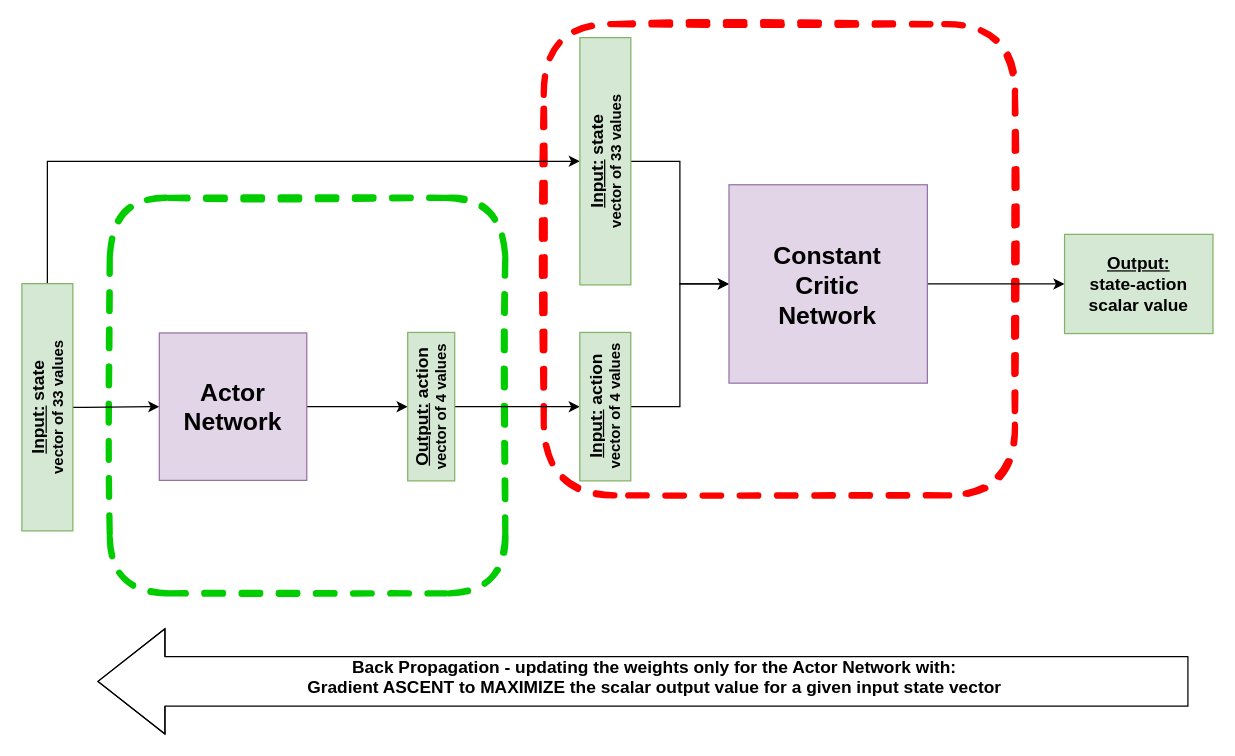
The draw.io diagram training_Actor.drawio in drormeir/ReacherRL, before the edit. Source tidied: cells renumbered, new cells numbered last; positions are measured from the earlier drawing's top-left corner, leaving out a move shared by most shapes. Both pictures are drawn from the tidied source at 124%, with x=0, y=0 at pixel (-77, 24).
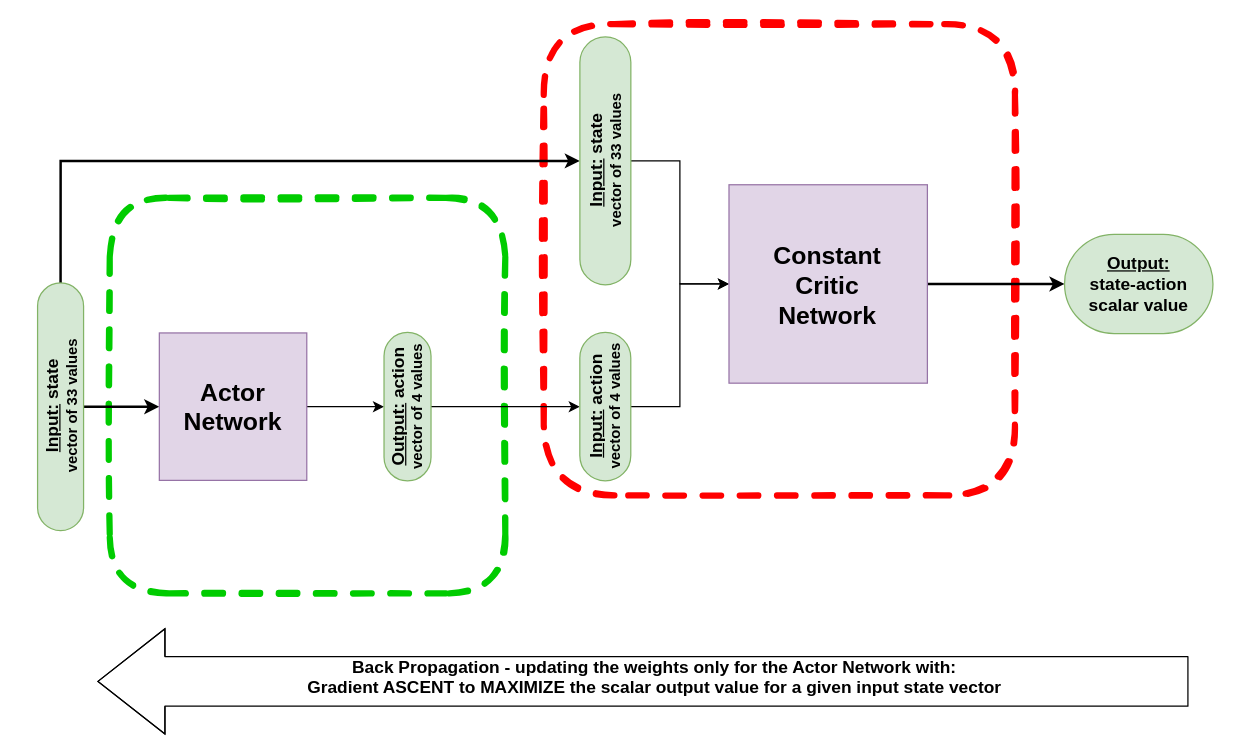
The same diagram, later.

Unchanged cells that the change refers to:
```xml
<mxCell id="8" value="&lt;font style=&quot;font-size: 20px&quot;&gt;&lt;b&gt;Actor&lt;br&gt;Network&lt;br&gt;&lt;/b&gt;&lt;/font&gt;" style="whiteSpace=wrap;html=1;fillColor=#e1d5e7;strokeColor=#9673a6;" parent="1" vertex="1">
  <mxGeometry x="190" y="249" width="118.9" height="118.9" as="geometry" />
</mxCell>
<mxCell id="16" value="&lt;b&gt;Constant&lt;br&gt;Critic&lt;br&gt;Network&lt;/b&gt;" style="whiteSpace=wrap;html=1;fontSize=20;fillColor=#e1d5e7;strokeColor=#9673a6;" parent="1" vertex="1">
  <mxGeometry x="649.4" y="129.5" width="160" height="160" as="geometry" />
</mxCell>
```

The edit, as a diff of the source:
```diff
@@
-    <mxCell id="4" style="edgeStyle=orthogonalEdgeStyle;rounded=0;jettySize=auto;html=1;entryX=0;entryY=0.5;entryDx=0;entryDy=0;exitX=0.5;exitY=1;exitDx=0;exitDy=0;" parent="1" edge="1" source="6" target="8">
+    <mxCell id="4" style="edgeStyle=orthogonalEdgeStyle;rounded=0;jettySize=auto;html=1;entryX=0;entryY=0.5;entryDx=0;entryDy=0;exitX=0.5;exitY=1;exitDx=0;exitDy=0;strokeWidth=2;" parent="1" edge="1" source="6" target="8">
       <mxGeometry relative="1" as="geometry">
         <Array as="points">
           <mxPoint x="130" y="309" />
         </Array>
       </mxGeometry>
     </mxCell>
-    <mxCell id="5" style="edgeStyle=orthogonalEdgeStyle;rounded=0;jettySize=auto;html=1;entryX=0.5;entryY=0;entryDx=0;entryDy=0;exitX=1;exitY=0.5;exitDx=0;exitDy=0;" parent="1" edge="1" source="6" target="12">
+    <mxCell id="5" style="edgeStyle=orthogonalEdgeStyle;rounded=0;jettySize=auto;html=1;entryX=0.5;entryY=0;entryDx=0;entryDy=0;exitX=1;exitY=0.5;exitDx=0;exitDy=0;strokeWidth=2;" parent="1" edge="1" source="6" target="12">
       <mxGeometry relative="1" as="geometry">
         <Array as="points">
-          <mxPoint x="100" y="111" />
+          <mxPoint x="110" y="111" />
         </Array>
       </mxGeometry>
     </mxCell>
-    <mxCell id="6" value="&lt;b&gt;&lt;u style=&quot;font-size: 14px&quot;&gt;Input:&lt;/u&gt;&lt;span style=&quot;font-size: 14px&quot;&gt;&amp;nbsp;state&lt;/span&gt;&lt;br&gt;&lt;font style=&quot;font-size: 12px&quot;&gt;vector of 33 values&lt;/font&gt;&lt;/b&gt;" style="rounded=0;whiteSpace=wrap;html=1;rotation=-90;fillColor=#d5e8d4;strokeColor=#82b366;" parent="1" vertex="1">
-      <mxGeometry y="288.4" width="199.4" height="41.1" as="geometry" />
+    <mxCell id="6" value="&lt;b&gt;&lt;u style=&quot;font-size: 14px&quot;&gt;Input:&lt;/u&gt;&lt;span style=&quot;font-size: 14px&quot;&gt;&amp;nbsp;state&lt;/span&gt;&lt;br&gt;&lt;font style=&quot;font-size: 12px&quot;&gt;vector of 33 values&lt;/font&gt;&lt;/b&gt;" style="rounded=1;whiteSpace=wrap;html=1;rotation=-90;fillColor=#d5e8d4;strokeColor=#82b366;arcSize=50;" parent="1" vertex="1">
+      <mxGeometry x="10.5" y="290" width="199.7" height="37.1" as="geometry" />
     </mxCell>
@@
-    <mxCell id="10" value="&lt;b&gt;&lt;u style=&quot;font-size: 14px&quot;&gt;Output:&lt;/u&gt;&lt;span style=&quot;font-size: 14px&quot;&gt;&amp;nbsp;action&lt;/span&gt;&lt;br&gt;&lt;font style=&quot;font-size: 12px&quot;&gt;vector of 4 values&lt;/font&gt;&lt;/b&gt;" style="rounded=0;whiteSpace=wrap;html=1;rotation=-90;fillColor=#d5e8d4;strokeColor=#82b366;" parent="1" vertex="1">
-      <mxGeometry x="349.4" y="289.5" width="119.7" height="37.9" as="geometry" />
+    <mxCell id="10" value="&lt;b&gt;&lt;u style=&quot;font-size: 14px&quot;&gt;Output:&lt;/u&gt;&lt;span style=&quot;font-size: 14px&quot;&gt;&amp;nbsp;action&lt;/span&gt;&lt;br&gt;&lt;font style=&quot;font-size: 12px&quot;&gt;vector of 4 values&lt;/font&gt;&lt;/b&gt;" style="rounded=1;whiteSpace=wrap;html=1;rotation=-90;fillColor=#d5e8d4;strokeColor=#82b366;arcSize=50;" parent="1" vertex="1">
+      <mxGeometry x="330.3" y="289.5" width="119.7" height="37.9" as="geometry" />
     </mxCell>
@@
-    <mxCell id="12" value="&lt;b&gt;&lt;u style=&quot;font-size: 14px&quot;&gt;Input:&lt;/u&gt;&lt;span style=&quot;font-size: 14px&quot;&gt;&amp;nbsp;state&lt;/span&gt;&lt;br&gt;&lt;font style=&quot;font-size: 12px&quot;&gt;vector of 33 values&lt;/font&gt;&lt;/b&gt;" style="rounded=0;whiteSpace=wrap;html=1;rotation=-90;fillColor=#d5e8d4;strokeColor=#82b366;" parent="1" vertex="1">
-      <mxGeometry x="450" y="90" width="199.4" height="41.1" as="geometry" />
+    <mxCell id="12" value="&lt;b&gt;&lt;u style=&quot;font-size: 14px&quot;&gt;Input:&lt;/u&gt;&lt;span style=&quot;font-size: 14px&quot;&gt;&amp;nbsp;state&lt;/span&gt;&lt;br&gt;&lt;font style=&quot;font-size: 12px&quot;&gt;vector of 33 values&lt;/font&gt;&lt;/b&gt;" style="rounded=1;whiteSpace=wrap;html=1;rotation=-90;fillColor=#d5e8d4;strokeColor=#82b366;arcSize=50;" parent="1" vertex="1">
+      <mxGeometry x="449.7" y="89.7" width="200" height="41.1" as="geometry" />
     </mxCell>
@@
-    <mxCell id="14" value="&lt;b&gt;&lt;u style=&quot;font-size: 14px&quot;&gt;Input:&lt;/u&gt;&lt;span style=&quot;font-size: 14px&quot;&gt;&amp;nbsp;action&lt;/span&gt;&lt;br&gt;&lt;font style=&quot;font-size: 12px&quot;&gt;vector of 4 values&lt;/font&gt;&lt;/b&gt;" style="rounded=0;whiteSpace=wrap;html=1;rotation=-90;fillColor=#d5e8d4;strokeColor=#82b366;" parent="1" vertex="1">
+    <mxCell id="14" value="&lt;b&gt;&lt;u style=&quot;font-size: 14px&quot;&gt;Input:&lt;/u&gt;&lt;span style=&quot;font-size: 14px&quot;&gt;&amp;nbsp;action&lt;/span&gt;&lt;br&gt;&lt;font style=&quot;font-size: 12px&quot;&gt;vector of 4 values&lt;/font&gt;&lt;/b&gt;" style="rounded=1;whiteSpace=wrap;html=1;rotation=-90;fillColor=#d5e8d4;strokeColor=#82b366;arcSize=50;" parent="1" vertex="1">
       <mxGeometry x="489.8" y="287.9" width="119.7" height="41.1" as="geometry" />
     </mxCell>
-    <mxCell id="15" style="edgeStyle=orthogonalEdgeStyle;rounded=0;jettySize=auto;html=1;fontSize=20;" parent="1" edge="1" source="16" target="17">
+    <mxCell id="15" style="edgeStyle=orthogonalEdgeStyle;rounded=0;jettySize=auto;html=1;fontSize=20;strokeWidth=2;" parent="1" edge="1" source="16" target="17">
       <mxGeometry relative="1" as="geometry" />
     </mxCell>
@@
-    <mxCell id="17" value="&lt;b&gt;&lt;u style=&quot;font-size: 14px&quot;&gt;Output:&lt;br&gt;&lt;/u&gt;&lt;span style=&quot;font-size: 14px&quot;&gt;state-action scalar value&lt;/span&gt;&lt;/b&gt;" style="rounded=0;whiteSpace=wrap;html=1;rotation=0;fillColor=#d5e8d4;strokeColor=#82b366;" parent="1" vertex="1">
+    <mxCell id="17" value="&lt;b&gt;&lt;u style=&quot;font-size: 14px&quot;&gt;Output:&lt;br&gt;&lt;/u&gt;&lt;span style=&quot;font-size: 14px&quot;&gt;state-action scalar value&lt;/span&gt;&lt;/b&gt;" style="rounded=1;whiteSpace=wrap;html=1;rotation=0;fillColor=#d5e8d4;strokeColor=#82b366;arcSize=50;" parent="1" vertex="1">
       <mxGeometry x="920" y="169.5" width="119.7" height="80" as="geometry" />
     </mxCell>
```
